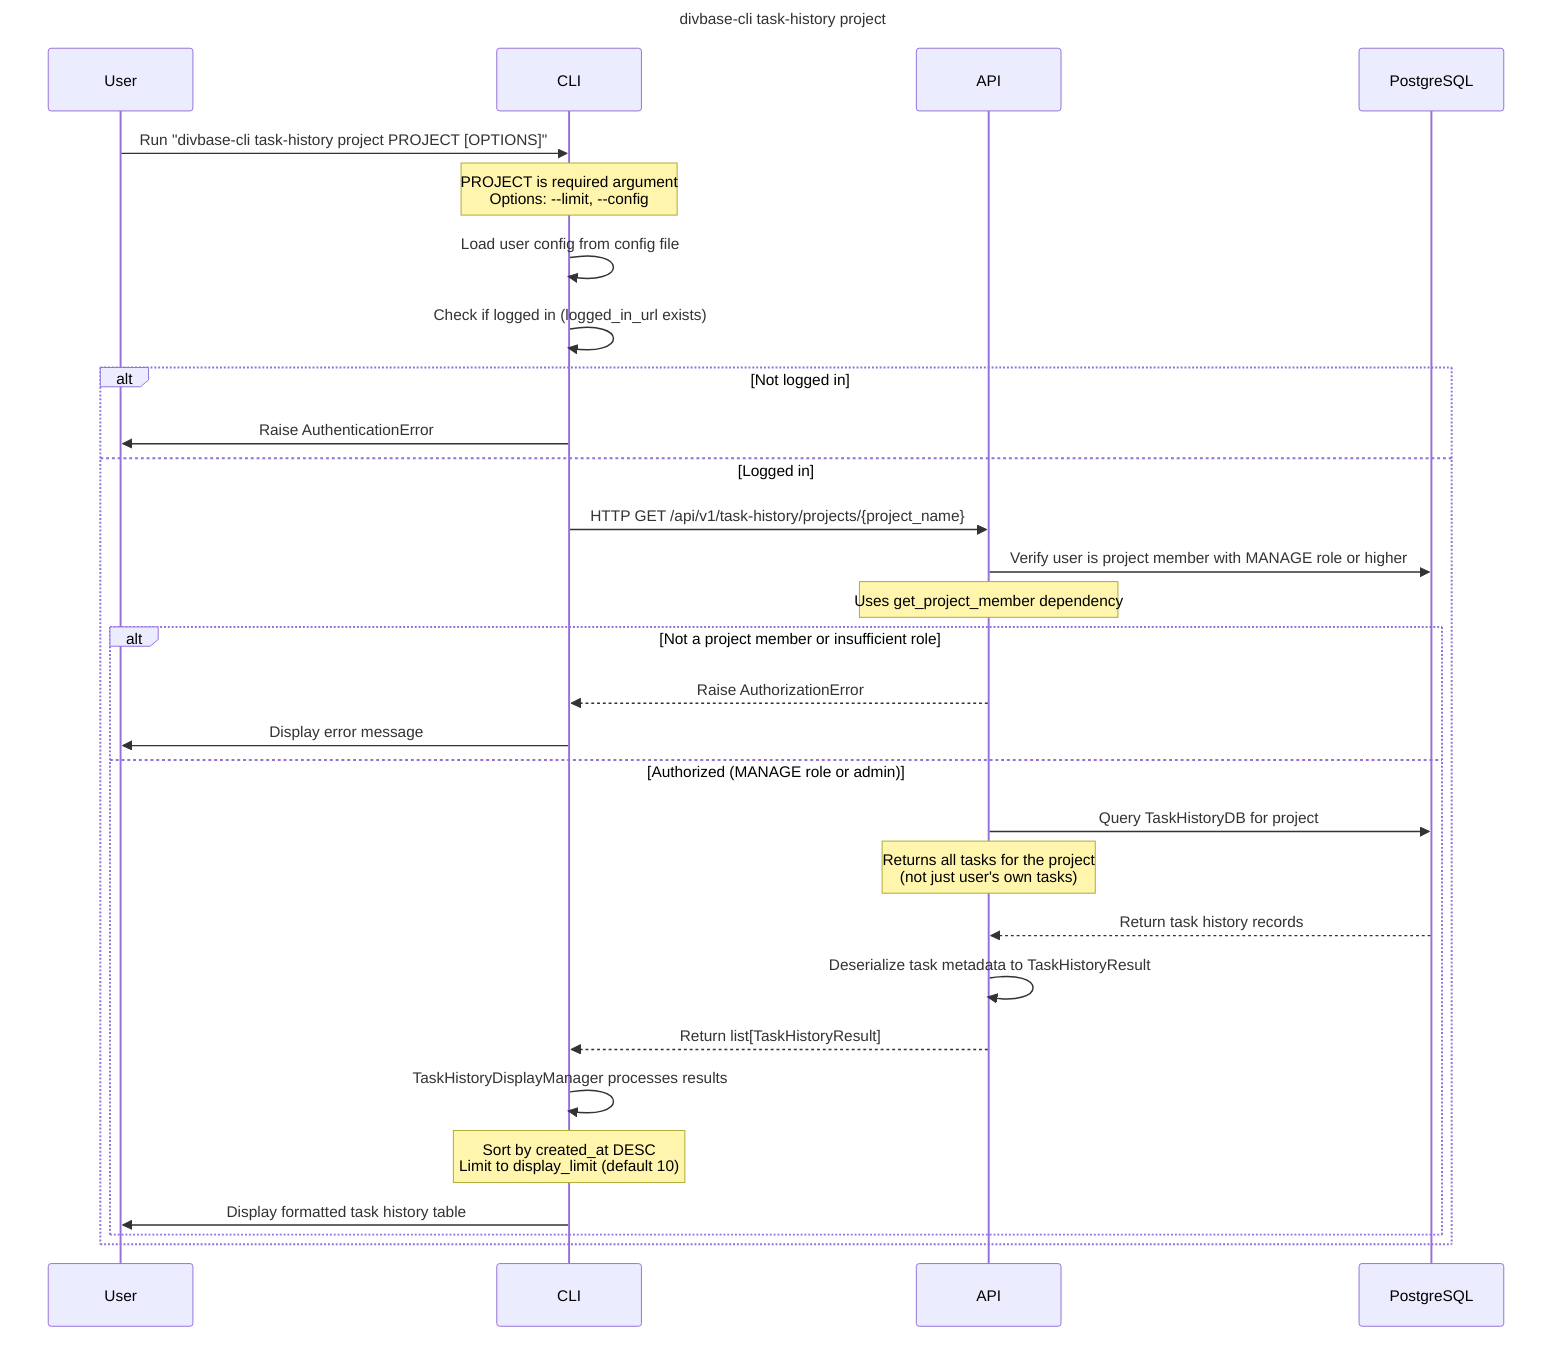
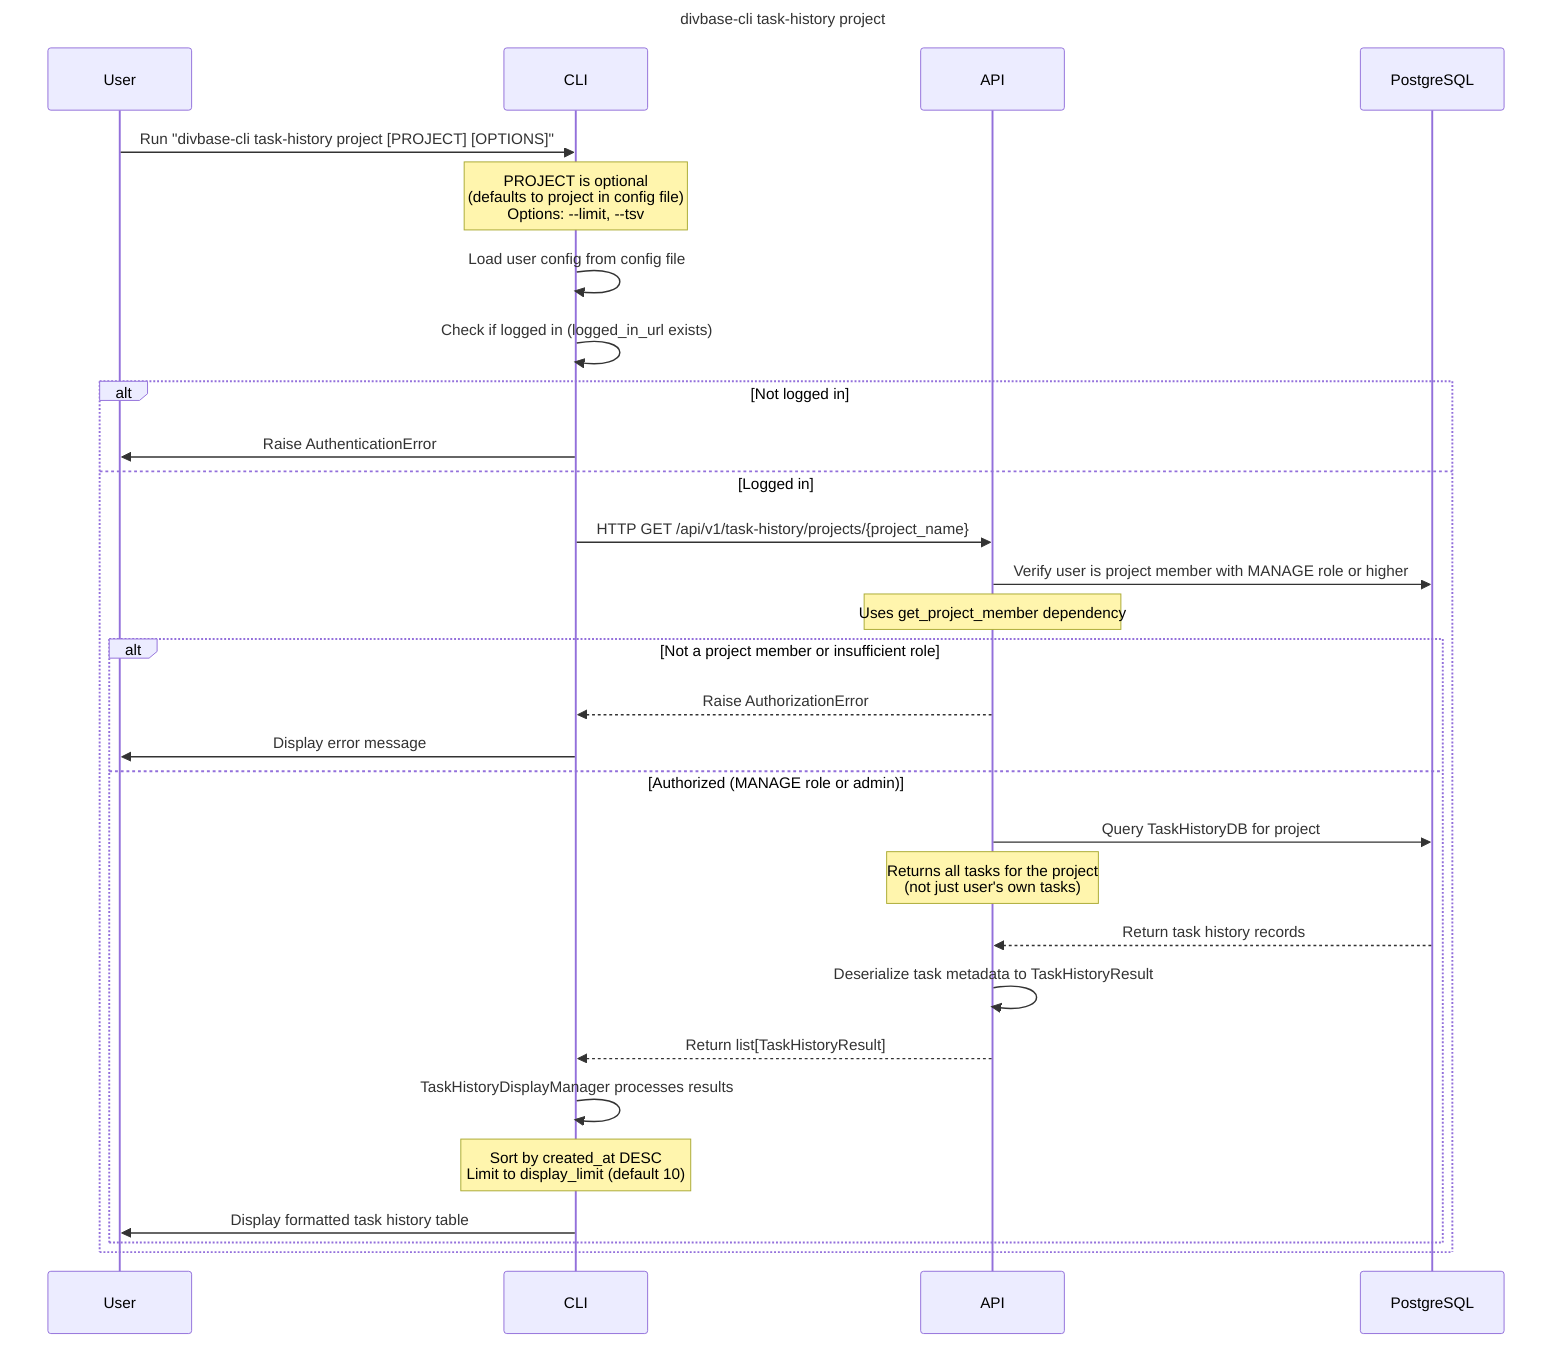
sequenceDiagram
    title divbase-cli task-history project
    participant User
    participant CLI
    participant API
    participant DB as PostgreSQL

-     User->>CLI: Run "divbase-cli task-history project PROJECT [OPTIONS]"
-     Note over CLI: PROJECT is required argument<br/>Options: --limit, --config
+     User->>CLI: Run "divbase-cli task-history project [PROJECT] [OPTIONS]"
+     Note over CLI: PROJECT is optional<br/>(defaults to project in config file)<br/>Options: --limit, --tsv

    CLI->>CLI: Load user config from config file
    CLI->>CLI: Check if logged in (logged_in_url exists)

    alt Not logged in
        CLI->>User: Raise AuthenticationError
    else Logged in
        CLI->>API: HTTP GET /api/v1/task-history/projects/{project_name}

        API->>DB: Verify user is project member with MANAGE role or higher
        Note over API: Uses get_project_member dependency

        alt Not a project member or insufficient role
            API-->>CLI: Raise AuthorizationError
            CLI->>User: Display error message
        else Authorized (MANAGE role or admin)
            API->>DB: Query TaskHistoryDB for project
            Note over API: Returns all tasks for the project<br/>(not just user's own tasks)
            DB-->>API: Return task history records

            API->>API: Deserialize task metadata to TaskHistoryResult
            API-->>CLI: Return list[TaskHistoryResult]

            CLI->>CLI: TaskHistoryDisplayManager processes results
            Note over CLI: Sort by created_at DESC<br/>Limit to display_limit (default 10)
            CLI->>User: Display formatted task history table
        end
    end

%% Exported to dark theme SVG with:
%% mmdc -i docs/assets/diagrams/task_history_project_sequence_diagram.mermaid \
%%      -o docs/assets/diagrams/task_history_project_sequence_diagram.svg \
%%      -t dark \
%%      --backgroundColor "#22272e"
